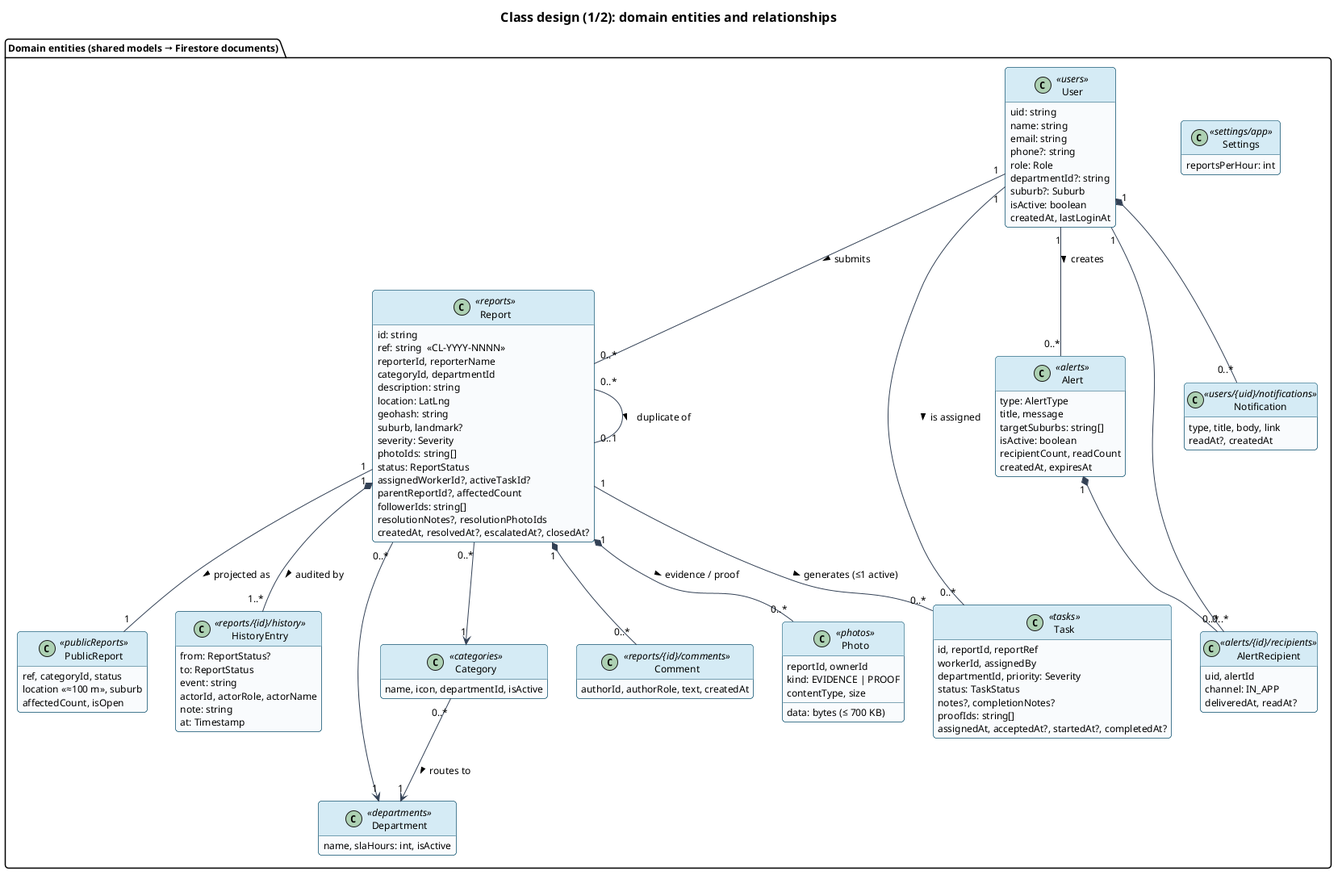
altechemist/civiclink keeps this PlantUML diagram as docs/diagrams/class-domain.png. Above is the earlier version.
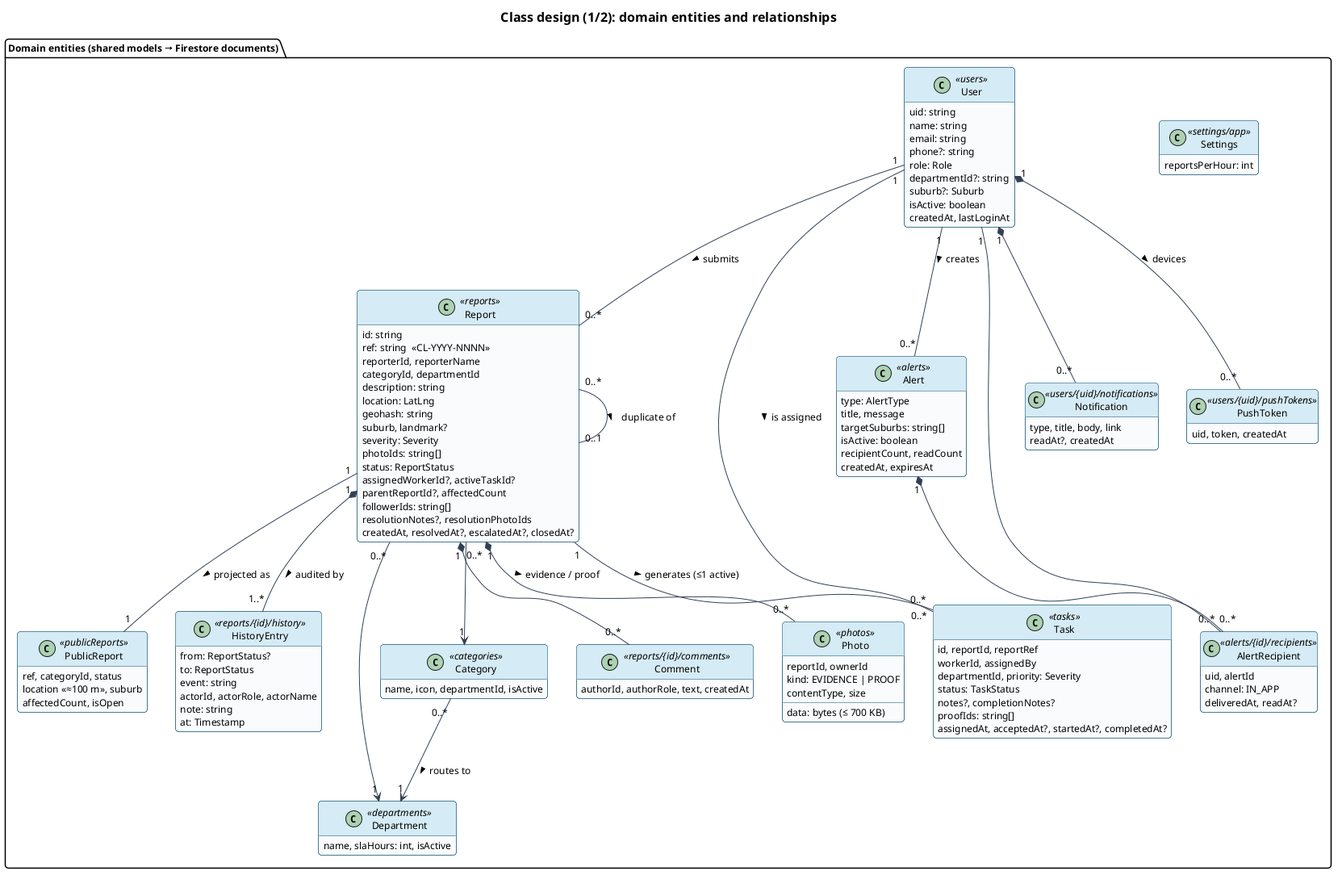
The same file after the commit.

Change to the diagram source:
```diff
@@ -75,6 +75,9 @@
   class Comment <<reports/{id}/comments>> {
     authorId, authorRole, text, createdAt
   }
+  class PushToken <<users/{uid}/pushTokens>> {
+    uid, token, createdAt
+  }
   class Settings <<settings/app>> {
     reportsPerHour: int
   }
@@ -105,6 +108,7 @@
 Alert "1" *-- "0..*" AlertRecipient
 User "1" -- "0..*" AlertRecipient
 User "1" *-- "0..*" Notification
+User "1" *-- "0..*" PushToken : devices >
 User "1" -- "0..*" Alert : creates >
 
 @enduml
```
